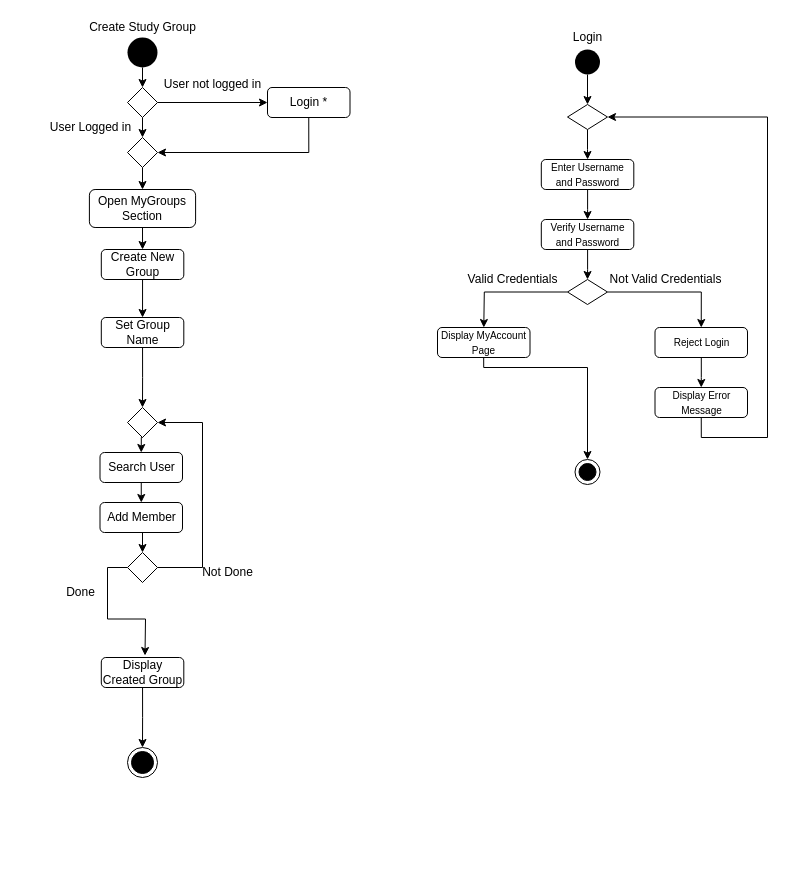
nic-agos/DoveStudi keeps this draw.io diagram as Deliverables/Activity Diagram/Dalena Create Study Group Activity Diagram.drawio. Above is the earlier version. Source tidied: cells renumbered, new cells numbered last; positions are measured from the earlier drawing's top-left corner, leaving out a move shared by most shapes. Both pictures are drawn from the tidied source at 100%, with x=0, y=0 at pixel (39, 17).
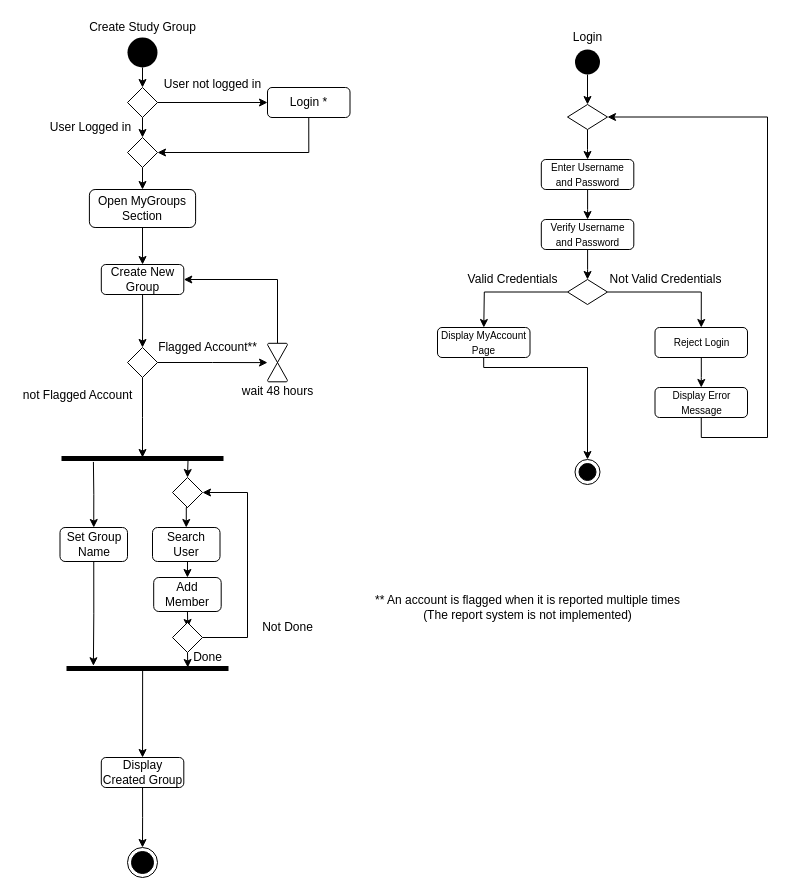
The same diagram, later.

Diff of the diagram source:
```diff
@@
+    <mxCell id="55" style="edgeStyle=orthogonalEdgeStyle;rounded=0;jettySize=auto;html=1;exitX=0.5;exitY=1;exitDx=0;exitDy=0;entryX=0.5;entryY=0;entryDx=0;entryDy=0;" parent="1" edge="1" source="26" target="59">
+      <mxGeometry relative="1" as="geometry" />
+    </mxCell>
     <mxCell id="26" value="Create New Group" style="rounded=1;whiteSpace=wrap;html=1;" parent="1" vertex="1">
-      <mxGeometry x="61.8" y="232" width="82.5" height="30" as="geometry" />
+      <mxGeometry x="61.8" y="247" width="82.5" height="30" as="geometry" />
     </mxCell>
-    <mxCell id="27" style="edgeStyle=orthogonalEdgeStyle;rounded=0;jettySize=auto;html=1;exitX=0.5;exitY=1;exitDx=0;exitDy=0;entryX=0.5;entryY=0;entryDx=0;entryDy=0;" parent="1" edge="1" source="28" target="41">
-      <mxGeometry relative="1" as="geometry" />
-    </mxCell>
-    <mxCell id="28" value="Set Group Name" style="rounded=1;whiteSpace=wrap;html=1;" parent="1" vertex="1">
-      <mxGeometry x="61.8" y="300" width="82.5" height="30" as="geometry" />
-    </mxCell>
-    <mxCell id="29" style="edgeStyle=orthogonalEdgeStyle;rounded=0;jettySize=auto;html=1;exitX=0.5;exitY=1;exitDx=0;exitDy=0;" parent="1" edge="1" source="30" target="32">
-      <mxGeometry relative="1" as="geometry" />
-    </mxCell>
-    <mxCell id="30" value="Search User" style="rounded=1;whiteSpace=wrap;html=1;" parent="1" vertex="1">
-      <mxGeometry x="60.5" y="435" width="82.5" height="30" as="geometry" />
-    </mxCell>
-    <mxCell id="31" style="edgeStyle=orthogonalEdgeStyle;rounded=0;jettySize=auto;html=1;exitX=0.5;exitY=1;exitDx=0;exitDy=0;" parent="1" edge="1" source="32">
-      <mxGeometry relative="1" as="geometry">
-        <mxPoint x="103" y="535" as="targetPoint" />
-        <Array as="points">
-          <mxPoint x="103" y="495" />
-        </Array>
-      </mxGeometry>
-    </mxCell>
-    <mxCell id="32" value="Add Member" style="rounded=1;whiteSpace=wrap;html=1;" parent="1" vertex="1">
-      <mxGeometry x="60.5" y="485" width="82.5" height="30" as="geometry" />
-    </mxCell>
     <mxCell id="33" style="ellipse;html=1;shape=endState;fillColor=#000000;strokeColor=#000000;" parent="1" vertex="1">
-      <mxGeometry x="88" y="730" width="30" height="30" as="geometry" />
+      <mxGeometry x="88" y="830" width="30" height="30" as="geometry" />
     </mxCell>
     <mxCell id="34" style="edgeStyle=orthogonalEdgeStyle;rounded=0;jettySize=auto;html=1;exitX=0.5;exitY=1;exitDx=0;exitDy=0;entryX=0.5;entryY=0;entryDx=0;entryDy=0;" parent="1" edge="1" source="35">
       <mxGeometry relative="1" as="geometry">
-        <mxPoint x="103" y="730" as="targetPoint" />
+        <mxPoint x="103" y="830" as="targetPoint" />
       </mxGeometry>
     </mxCell>
+    <mxCell id="56" style="edgeStyle=orthogonalEdgeStyle;rounded=0;jettySize=auto;html=1;exitX=0.5;exitY=0;exitDx=0;exitDy=0;entryX=0.3;entryY=0.53;entryDx=0;entryDy=0;entryPerimeter=0;startArrow=classic;startFill=1;endArrow=none;endFill=0;" parent="1" edge="1" source="35" target="67">
+      <mxGeometry relative="1" as="geometry" />
+    </mxCell>
     <mxCell id="35" value="Display Created Group" style="rounded=1;whiteSpace=wrap;html=1;" parent="1" vertex="1">
-      <mxGeometry x="61.8" y="640" width="82.5" height="30" as="geometry" />
+      <mxGeometry x="61.8" y="740" width="82.5" height="30" as="geometry" />
     </mxCell>
-    <mxCell id="36" style="edgeStyle=orthogonalEdgeStyle;rounded=0;jettySize=auto;html=1;exitX=0;exitY=0.5;exitDx=0;exitDy=0;entryX=0.092;entryY=0.25;entryDx=0;entryDy=0;entryPerimeter=0;" parent="1" edge="1" source="38">
-      <mxGeometry relative="1" as="geometry">
-        <mxPoint x="105.5" y="638" as="targetPoint" />
-      </mxGeometry>
-    </mxCell>
-    <mxCell id="37" style="edgeStyle=orthogonalEdgeStyle;rounded=0;jettySize=auto;html=1;exitX=1;exitY=0.5;exitDx=0;exitDy=0;entryX=1;entryY=0.5;entryDx=0;entryDy=0;" parent="1" edge="1" source="38" target="41">
-      <mxGeometry relative="1" as="geometry">
-        <Array as="points">
-          <mxPoint x="163" y="550" />
-          <mxPoint x="163" y="405" />
-        </Array>
-      </mxGeometry>
-    </mxCell>
-    <mxCell id="38" style="rhombus;" parent="1" vertex="1">
-      <mxGeometry x="88" y="535" width="30" height="30" as="geometry" />
-    </mxCell>
-    <mxCell id="39" value="Done" style="text;html=1;align=center;verticalAlign=middle;" parent="1" vertex="1">
-      <mxGeometry x="20.5" y="565" width="40" height="20" as="geometry" />
-    </mxCell>
-    <mxCell id="40" style="edgeStyle=orthogonalEdgeStyle;rounded=0;jettySize=auto;html=1;exitX=0.5;exitY=1;exitDx=0;exitDy=0;entryX=0.5;entryY=0;entryDx=0;entryDy=0;" parent="1" edge="1" source="41" target="30">
-      <mxGeometry relative="1" as="geometry" />
-    </mxCell>
-    <mxCell id="41" style="rhombus;" parent="1" vertex="1">
-      <mxGeometry x="88" y="390" width="30" height="30" as="geometry" />
-    </mxCell>
-    <mxCell id="42" style="edgeStyle=orthogonalEdgeStyle;rounded=0;jettySize=auto;html=1;exitX=0.5;exitY=1;exitDx=0;exitDy=0;entryX=0.5;entryY=0;entryDx=0;entryDy=0;" parent="1" edge="1" source="26" target="28">
-      <mxGeometry relative="1" as="geometry" />
-    </mxCell>
-    <mxCell id="43" value="Not Done" style="text;html=1;align=center;verticalAlign=middle;" parent="1" vertex="1">
-      <mxGeometry x="153" y="545" width="70" height="20" as="geometry" />
-    </mxCell>
@@
+    <mxCell id="57" style="edgeStyle=orthogonalEdgeStyle;rounded=0;jettySize=auto;html=1;exitX=1;exitY=0.5;exitDx=0;exitDy=0;" parent="1" edge="1" source="59">
+      <mxGeometry relative="1" as="geometry">
+        <mxPoint x="228" y="345.1" as="targetPoint" />
+      </mxGeometry>
+    </mxCell>
+    <mxCell id="58" style="edgeStyle=orthogonalEdgeStyle;rounded=0;jettySize=auto;html=1;exitX=0.5;exitY=1;exitDx=0;exitDy=0;" parent="1" edge="1" source="59">
+      <mxGeometry relative="1" as="geometry">
+        <mxPoint x="103" y="440" as="targetPoint" />
+      </mxGeometry>
+    </mxCell>
+    <mxCell id="59" style="rhombus;" parent="1" vertex="1">
+      <mxGeometry x="88" y="330" width="30" height="30" as="geometry" />
+    </mxCell>
+    <mxCell id="60" value="not Flagged Account" style="text;html=1;align=center;verticalAlign=middle;" parent="1" vertex="1">
+      <mxGeometry x="-22" y="368" width="120" height="20" as="geometry" />
+    </mxCell>
+    <mxCell id="61" value="Flagged Account**" style="text;html=1;align=center;verticalAlign=middle;" parent="1" vertex="1">
+      <mxGeometry x="113" y="320" width="110" height="20" as="geometry" />
+    </mxCell>
+    <mxCell id="62" style="edgeStyle=orthogonalEdgeStyle;rounded=0;jettySize=auto;html=1;exitX=0.5;exitY=0;exitDx=0;exitDy=0;exitPerimeter=0;entryX=1;entryY=0.5;entryDx=0;entryDy=0;" parent="1" edge="1" source="63" target="26">
+      <mxGeometry relative="1" as="geometry" />
+    </mxCell>
+    <mxCell id="63" style="verticalLabelPosition=bottom;verticalAlign=top;html=1;shape=mxgraph.flowchart.collate;" parent="1" vertex="1">
+      <mxGeometry x="228" y="325.8" width="20" height="38.5" as="geometry" />
+    </mxCell>
+    <mxCell id="64" value="wait 48 hours" style="text;html=1;align=center;verticalAlign=middle;" parent="1" vertex="1">
+      <mxGeometry x="193" y="364.2" width="90" height="20" as="geometry" />
+    </mxCell>
+    <mxCell id="65" value="** An account is flagged when it is reported multiple times&lt;br&gt;(The report system is not implemented)" style="text;html=1;align=center;verticalAlign=middle;" parent="1" vertex="1">
+      <mxGeometry x="328" y="575" width="320" height="30" as="geometry" />
+    </mxCell>
+    <mxCell id="66" style="html=1;points=[];perimeter=orthogonalPerimeter;fillColor=#000000;strokeColor=none;rotation=90;" parent="1" vertex="1">
+      <mxGeometry x="100.5" y="360" width="5" height="162" as="geometry" />
+    </mxCell>
+    <mxCell id="67" style="html=1;points=[];perimeter=orthogonalPerimeter;fillColor=#000000;strokeColor=none;rotation=90;" parent="1" vertex="1">
+      <mxGeometry x="105.5" y="570" width="5" height="162" as="geometry" />
+    </mxCell>
+    <mxCell id="68" style="edgeStyle=orthogonalEdgeStyle;rounded=0;jettySize=auto;html=1;exitX=0.5;exitY=1;exitDx=0;exitDy=0;entryX=-0.051;entryY=0.834;entryDx=0;entryDy=0;entryPerimeter=0;startArrow=none;startFill=0;endArrow=classic;endFill=1;" parent="1" edge="1" source="28" target="67">
+      <mxGeometry relative="1" as="geometry" />
+    </mxCell>
+    <mxCell id="69" style="edgeStyle=orthogonalEdgeStyle;rounded=0;jettySize=auto;html=1;exitX=0.5;exitY=0;exitDx=0;exitDy=0;entryX=1.187;entryY=0.803;entryDx=0;entryDy=0;entryPerimeter=0;startArrow=classic;startFill=1;endArrow=none;endFill=0;" parent="1" edge="1" source="28" target="66">
+      <mxGeometry relative="1" as="geometry" />
+    </mxCell>
+    <mxCell id="28" value="Set Group Name" style="rounded=1;whiteSpace=wrap;html=1;" parent="1" vertex="1">
+      <mxGeometry x="20.5" y="510" width="67.5" height="34" as="geometry" />
+    </mxCell>
+    <mxCell id="70" style="edgeStyle=orthogonalEdgeStyle;rounded=0;jettySize=auto;html=1;exitX=0.5;exitY=1;exitDx=0;exitDy=0;entryX=0.5;entryY=0;entryDx=0;entryDy=0;" parent="1" edge="1" source="72" target="30">
+      <mxGeometry relative="1" as="geometry" />
+    </mxCell>
+    <mxCell id="71" style="edgeStyle=orthogonalEdgeStyle;rounded=0;jettySize=auto;html=1;exitX=0.5;exitY=0;exitDx=0;exitDy=0;entryX=0.806;entryY=0.219;entryDx=0;entryDy=0;entryPerimeter=0;startArrow=classic;startFill=1;endArrow=none;endFill=0;" parent="1" edge="1" source="72" target="66">
+      <mxGeometry relative="1" as="geometry" />
+    </mxCell>
+    <mxCell id="72" style="rhombus;" parent="1" vertex="1">
+      <mxGeometry x="133" y="460" width="30" height="30" as="geometry" />
+    </mxCell>
+    <mxCell id="29" style="edgeStyle=orthogonalEdgeStyle;rounded=0;jettySize=auto;html=1;exitX=0.5;exitY=1;exitDx=0;exitDy=0;entryX=0.5;entryY=0;entryDx=0;entryDy=0;" parent="1" edge="1" source="30" target="32">
+      <mxGeometry relative="1" as="geometry" />
+    </mxCell>
+    <mxCell id="30" value="Search&lt;br&gt;User" style="rounded=1;whiteSpace=wrap;html=1;" parent="1" vertex="1">
+      <mxGeometry x="113" y="510" width="67.5" height="34" as="geometry" />
+    </mxCell>
+    <mxCell id="73" style="edgeStyle=orthogonalEdgeStyle;rounded=0;jettySize=auto;html=1;exitX=0.5;exitY=1;exitDx=0;exitDy=0;" parent="1" edge="1" source="32">
+      <mxGeometry relative="1" as="geometry">
+        <mxPoint x="148.3" y="610" as="targetPoint" />
+      </mxGeometry>
+    </mxCell>
+    <mxCell id="32" value="Add Member" style="rounded=1;whiteSpace=wrap;html=1;" parent="1" vertex="1">
+      <mxGeometry x="114.2" y="560" width="67.5" height="34" as="geometry" />
+    </mxCell>
+    <mxCell id="74" style="edgeStyle=orthogonalEdgeStyle;rounded=0;jettySize=auto;html=1;exitX=1;exitY=0.5;exitDx=0;exitDy=0;entryX=1;entryY=0.5;entryDx=0;entryDy=0;" parent="1" edge="1" source="76" target="72">
+      <mxGeometry relative="1" as="geometry">
+        <Array as="points">
+          <mxPoint x="208" y="620" />
+          <mxPoint x="208" y="475" />
+        </Array>
+      </mxGeometry>
+    </mxCell>
+    <mxCell id="75" style="edgeStyle=orthogonalEdgeStyle;rounded=0;jettySize=auto;html=1;exitX=0.5;exitY=1;exitDx=0;exitDy=0;startArrow=none;startFill=0;endArrow=classic;endFill=1;" parent="1" edge="1" source="76">
+      <mxGeometry relative="1" as="geometry">
+        <mxPoint x="148.3" y="650" as="targetPoint" />
+      </mxGeometry>
+    </mxCell>
+    <mxCell id="76" style="rhombus;" parent="1" vertex="1">
+      <mxGeometry x="133" y="605" width="30" height="30" as="geometry" />
+    </mxCell>
+    <mxCell id="43" value="Not Done" style="text;html=1;align=center;verticalAlign=middle;" parent="1" vertex="1">
+      <mxGeometry x="213" y="600" width="70" height="20" as="geometry" />
+    </mxCell>
+    <mxCell id="39" value="Done" style="text;html=1;align=center;verticalAlign=middle;" parent="1" vertex="1">
+      <mxGeometry x="148" y="630" width="40" height="20" as="geometry" />
+    </mxCell>
```
